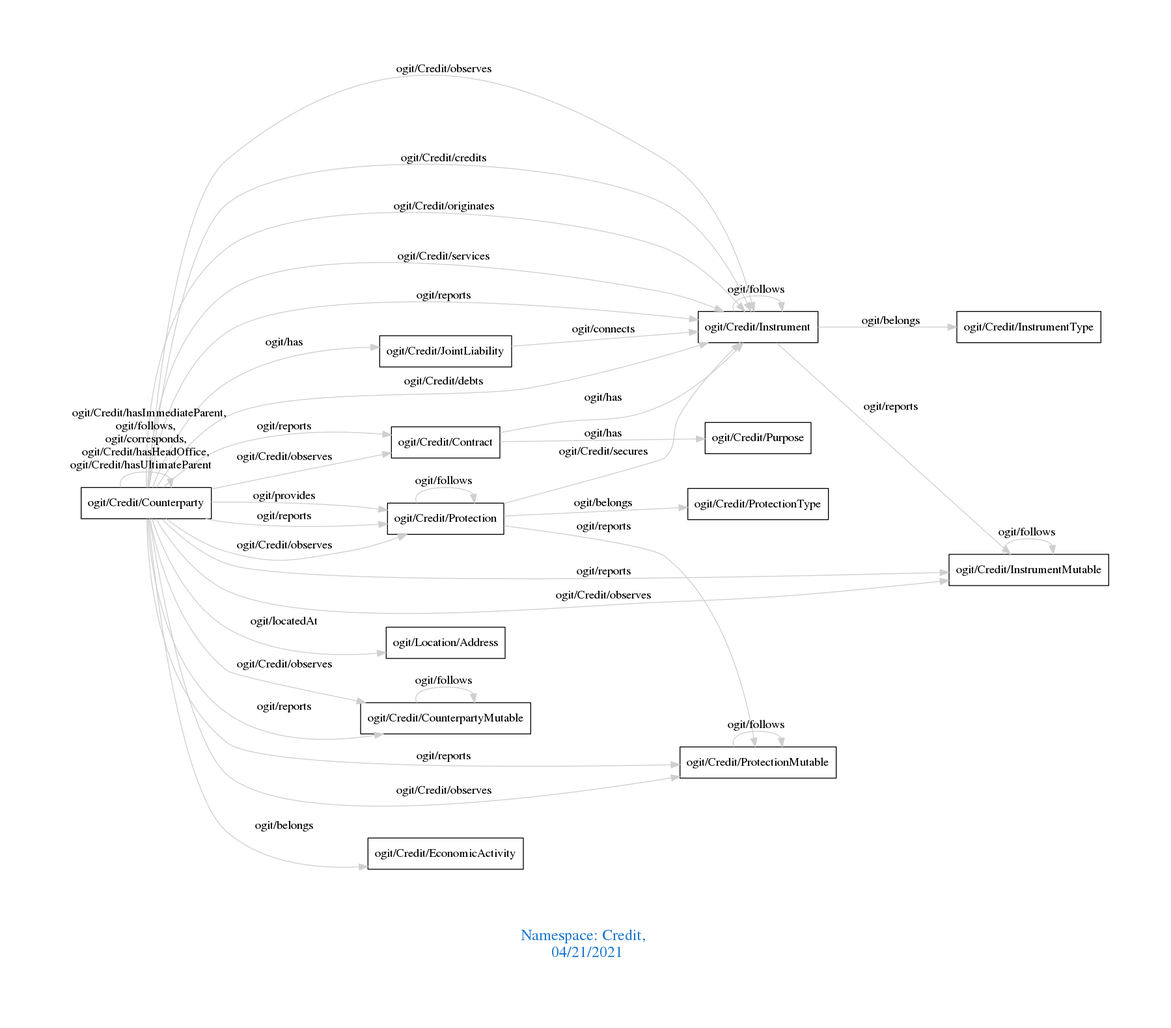
The Graphviz diagram downloads/Credit.png in arago/OGIT, before a commit. Its source is kept beside it as downloads/Credit.dot.
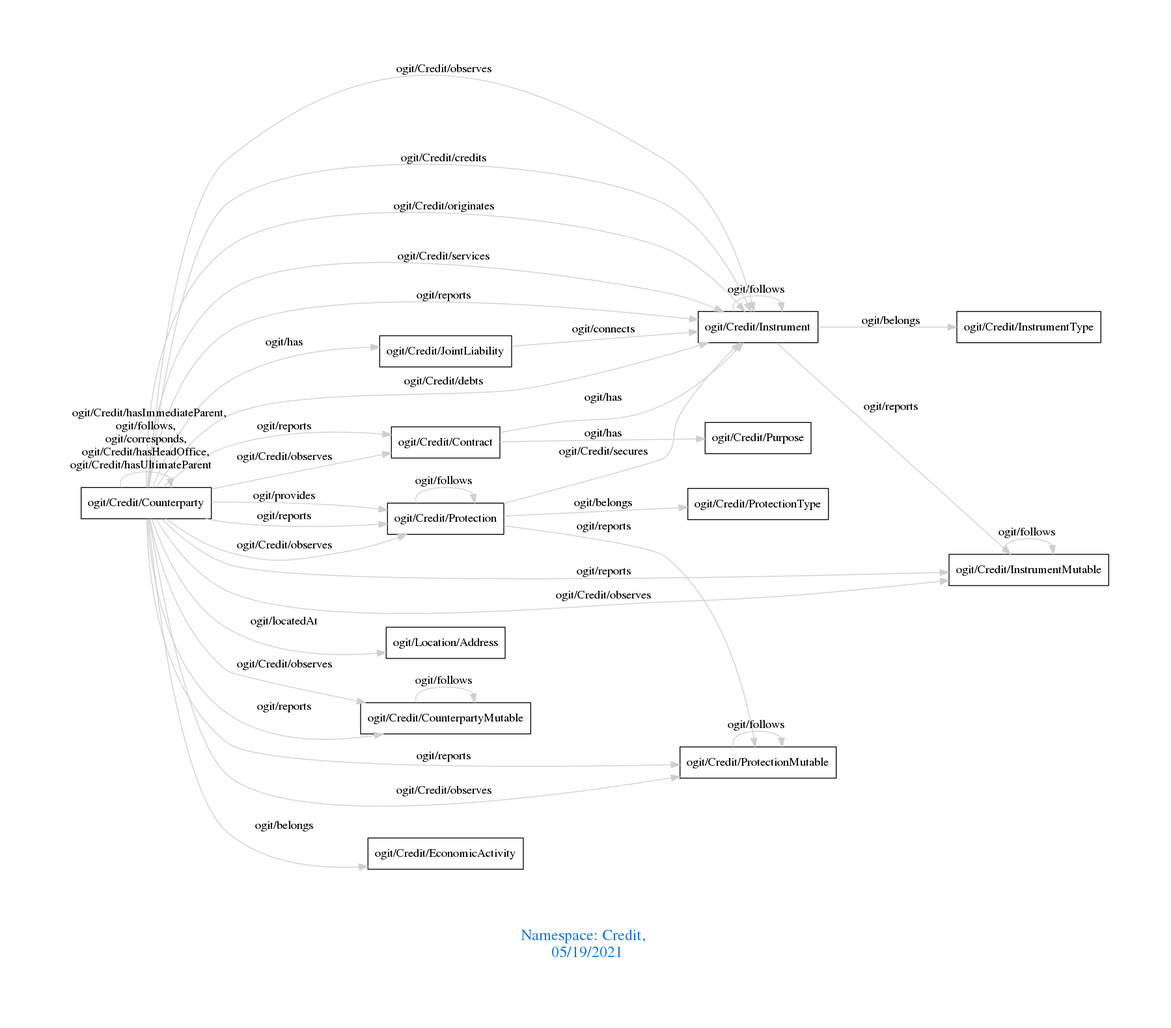
After the commit.

The edit, as a diff of the source:
```diff
@@ -1,7 +1,7 @@
 digraph OGIT_ontology {
  graph [ rankdir= LR,pad=1
 fontsize = 18,
-fontcolor= dodgerblue3,label = "\n\n\nNamespace: Credit, \n 04/21/2021"];
+fontcolor= dodgerblue3,label = "\n\n\nNamespace: Credit, \n 05/19/2021"];
 node[shape=polygon];
 edge [  color="gray81"];
 
```
